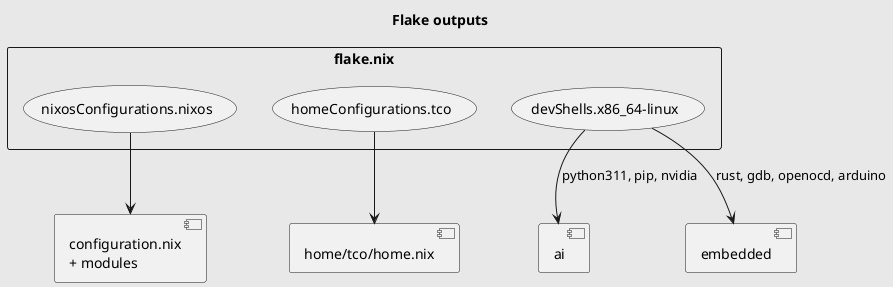
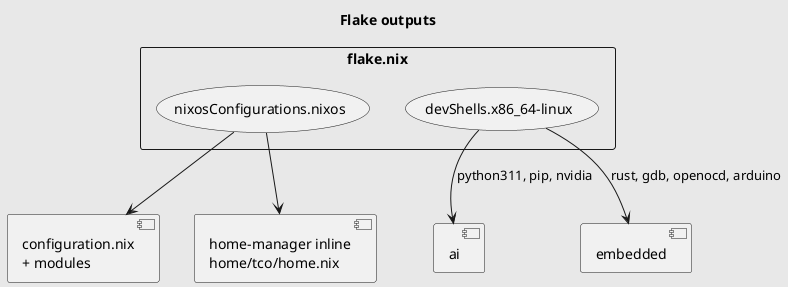
@startuml
title Flake outputs

skinparam backgroundColor #E8E8E8

rectangle "flake.nix" as flake {
  (nixosConfigurations.nixos) as nixos
-   (homeConfigurations.tco) as home
  (devShells.x86_64-linux) as shells
}

nixos --> [configuration.nix\n+ modules]
- home --> [home/tco/home.nix]
+ nixos --> [home-manager inline\nhome/tco/home.nix]
shells --> [ai] : python311, pip, nvidia
shells --> [embedded] : rust, gdb, openocd, arduino

@enduml
